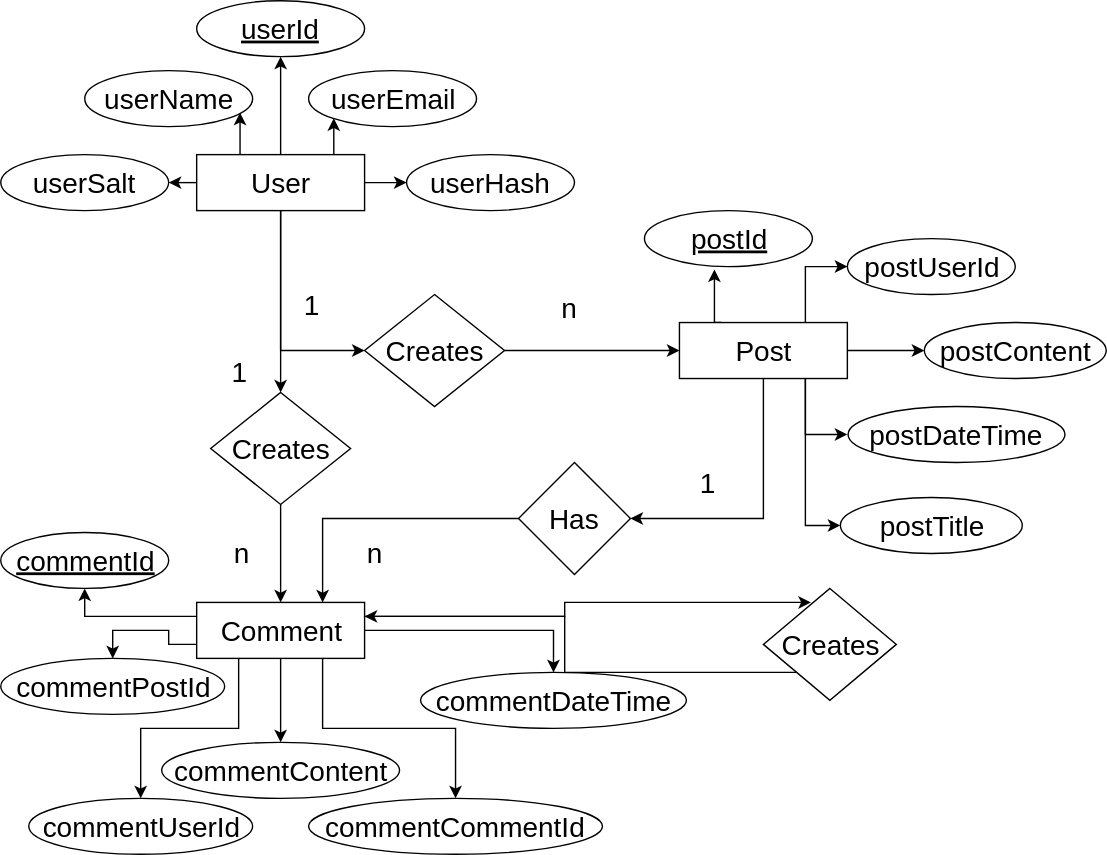
Above: erd-data-design.svg in Cbenjamin1207/data-design (draw.io), before the change. Source tidied: cells renumbered, new cells last; positions are measured from the earlier drawing's top-left corner, leaving out a move shared by most shapes. Source of this version:
```xml
<mxGraphModel background="#ffffff">
  <root>
    <mxCell id="0" />
    <mxCell id="1" parent="0" />
    <mxCell id="2" style="edgeStyle=orthogonalEdgeStyle;rounded=0;html=1;exitX=0;exitY=0.5;entryX=1;entryY=0.5;jettySize=auto;fontSize=20;" parent="1" edge="1" source="9" target="18">
      <mxGeometry relative="1" as="geometry" />
    </mxCell>
    <mxCell id="3" style="edgeStyle=orthogonalEdgeStyle;rounded=0;html=1;exitX=0.5;exitY=0;entryX=0.5;entryY=1;jettySize=auto;fontSize=20;" parent="1" edge="1" source="9" target="20">
      <mxGeometry relative="1" as="geometry" />
    </mxCell>
    <mxCell id="4" style="edgeStyle=orthogonalEdgeStyle;rounded=0;html=1;exitX=0.75;exitY=0;entryX=0;entryY=1;jettySize=auto;fontSize=20;" parent="1" edge="1" source="9" target="21">
      <mxGeometry relative="1" as="geometry" />
    </mxCell>
    <mxCell id="5" style="edgeStyle=orthogonalEdgeStyle;rounded=0;html=1;exitX=0.25;exitY=0;entryX=0.922;entryY=0.76;entryPerimeter=0;jettySize=auto;fontSize=20;" parent="1" edge="1" source="9" target="19">
      <mxGeometry relative="1" as="geometry" />
    </mxCell>
    <mxCell id="6" style="edgeStyle=orthogonalEdgeStyle;rounded=0;html=1;exitX=1;exitY=0.5;entryX=0;entryY=0.5;jettySize=auto;fontSize=20;" parent="1" edge="1" source="9" target="17">
      <mxGeometry relative="1" as="geometry" />
    </mxCell>
    <mxCell id="7" style="edgeStyle=orthogonalEdgeStyle;rounded=0;html=1;exitX=0.5;exitY=1;entryX=0;entryY=0.5;jettySize=auto;fontSize=20;" parent="1" edge="1" source="9" target="23">
      <mxGeometry relative="1" as="geometry" />
    </mxCell>
    <mxCell id="8" style="edgeStyle=orthogonalEdgeStyle;rounded=0;html=1;exitX=0.5;exitY=1;entryX=0.5;entryY=0;jettySize=auto;fontSize=20;" parent="1" edge="1" source="9" target="49">
      <mxGeometry relative="1" as="geometry" />
    </mxCell>
    <mxCell id="9" value="User" style="rounded=0;whiteSpace=wrap;html=1;fontSize=20;" parent="1" vertex="1">
      <mxGeometry x="140" y="110" width="120" height="40" as="geometry" />
    </mxCell>
    <mxCell id="10" style="edgeStyle=orthogonalEdgeStyle;rounded=0;html=1;exitX=0.25;exitY=0;entryX=0.413;entryY=1.045;entryPerimeter=0;jettySize=auto;fontSize=20;" parent="1" edge="1" source="16" target="27">
      <mxGeometry relative="1" as="geometry" />
    </mxCell>
    <mxCell id="11" style="edgeStyle=orthogonalEdgeStyle;rounded=0;html=1;exitX=0.75;exitY=0;entryX=0;entryY=0.5;jettySize=auto;fontSize=20;" parent="1" edge="1" source="16" target="26">
      <mxGeometry relative="1" as="geometry" />
    </mxCell>
    <mxCell id="12" style="edgeStyle=orthogonalEdgeStyle;rounded=0;html=1;exitX=1;exitY=0.5;jettySize=auto;fontSize=20;" parent="1" edge="1" source="16" target="25">
      <mxGeometry relative="1" as="geometry" />
    </mxCell>
    <mxCell id="13" style="edgeStyle=orthogonalEdgeStyle;rounded=0;html=1;exitX=0.75;exitY=1;entryX=0;entryY=0.5;jettySize=auto;fontSize=20;" parent="1" edge="1" source="16" target="24">
      <mxGeometry relative="1" as="geometry" />
    </mxCell>
    <mxCell id="14" style="edgeStyle=orthogonalEdgeStyle;rounded=0;html=1;exitX=0.5;exitY=1;entryX=1;entryY=0.5;jettySize=auto;fontSize=20;" parent="1" edge="1" source="16" target="45">
      <mxGeometry relative="1" as="geometry" />
    </mxCell>
    <mxCell id="15" style="edgeStyle=orthogonalEdgeStyle;rounded=0;html=1;exitX=0.75;exitY=1;entryX=0;entryY=0.5;jettySize=auto;fontSize=20;" parent="1" edge="1" source="16" target="52">
      <mxGeometry relative="1" as="geometry" />
    </mxCell>
    <mxCell id="16" value="Post" style="rounded=0;whiteSpace=wrap;html=1;fontSize=20;" parent="1" vertex="1">
      <mxGeometry x="485" y="230" width="120" height="40" as="geometry" />
    </mxCell>
    <mxCell id="17" value="userHash" style="ellipse;whiteSpace=wrap;html=1;fontSize=20;" parent="1" vertex="1">
      <mxGeometry x="290" y="110" width="120" height="40" as="geometry" />
    </mxCell>
    <mxCell id="18" value="userSalt" style="ellipse;whiteSpace=wrap;html=1;fontSize=20;" parent="1" vertex="1">
      <mxGeometry y="110" width="120" height="40" as="geometry" />
    </mxCell>
    <mxCell id="19" value="userName" style="ellipse;whiteSpace=wrap;html=1;fontSize=20;" parent="1" vertex="1">
      <mxGeometry x="60" y="50" width="120" height="40" as="geometry" />
    </mxCell>
    <mxCell id="20" value="&lt;u&gt;userId&lt;/u&gt;" style="ellipse;whiteSpace=wrap;html=1;fontSize=20;" parent="1" vertex="1">
      <mxGeometry x="140" width="120" height="40" as="geometry" />
    </mxCell>
    <mxCell id="21" value="userEmail" style="ellipse;whiteSpace=wrap;html=1;fontSize=20;" parent="1" vertex="1">
      <mxGeometry x="220" y="50" width="120" height="40" as="geometry" />
    </mxCell>
    <mxCell id="22" style="edgeStyle=orthogonalEdgeStyle;rounded=0;html=1;exitX=1;exitY=0.5;entryX=0;entryY=0.5;jettySize=auto;fontSize=20;" parent="1" edge="1" source="23" target="16">
      <mxGeometry relative="1" as="geometry" />
    </mxCell>
    <mxCell id="23" value="Creates" style="rhombus;whiteSpace=wrap;html=1;fontSize=20;" parent="1" vertex="1">
      <mxGeometry x="260" y="210" width="100" height="80" as="geometry" />
    </mxCell>
    <mxCell id="24" value="postDateTime" style="ellipse;whiteSpace=wrap;html=1;fontSize=20;" parent="1" vertex="1">
      <mxGeometry x="605" y="290" width="155" height="40" as="geometry" />
    </mxCell>
    <mxCell id="25" value="postContent" style="ellipse;whiteSpace=wrap;html=1;fontSize=20;" parent="1" vertex="1">
      <mxGeometry x="660" y="230" width="130" height="40" as="geometry" />
    </mxCell>
    <mxCell id="26" value="postUserId" style="ellipse;whiteSpace=wrap;html=1;fontSize=20;" parent="1" vertex="1">
      <mxGeometry x="605" y="170" width="120" height="40" as="geometry" />
    </mxCell>
    <mxCell id="27" value="&lt;u&gt;postId&lt;/u&gt;" style="ellipse;whiteSpace=wrap;html=1;fontSize=20;" parent="1" vertex="1">
      <mxGeometry x="460" y="150" width="120" height="40" as="geometry" />
    </mxCell>
    <mxCell id="28" style="edgeStyle=orthogonalEdgeStyle;rounded=0;html=1;exitX=0;exitY=0.25;entryX=0.5;entryY=1;jettySize=auto;fontSize=20;" parent="1" edge="1" source="35" target="36">
      <mxGeometry relative="1" as="geometry" />
    </mxCell>
    <mxCell id="29" style="edgeStyle=orthogonalEdgeStyle;rounded=0;html=1;exitX=0;exitY=0.75;entryX=0.5;entryY=0;jettySize=auto;fontSize=20;" parent="1" edge="1" source="35" target="37">
      <mxGeometry relative="1" as="geometry" />
    </mxCell>
    <mxCell id="30" style="edgeStyle=orthogonalEdgeStyle;rounded=0;html=1;exitX=0.5;exitY=1;jettySize=auto;fontSize=20;" parent="1" edge="1" source="35" target="39">
      <mxGeometry relative="1" as="geometry" />
    </mxCell>
    <mxCell id="31" style="edgeStyle=orthogonalEdgeStyle;rounded=0;html=1;exitX=0.25;exitY=1;entryX=0.5;entryY=0;jettySize=auto;fontSize=20;" parent="1" edge="1" source="35" target="38">
      <mxGeometry relative="1" as="geometry" />
    </mxCell>
    <mxCell id="32" style="edgeStyle=orthogonalEdgeStyle;rounded=0;html=1;exitX=0.75;exitY=1;entryX=0.5;entryY=0;jettySize=auto;fontSize=20;" parent="1" edge="1" source="35" target="40">
      <mxGeometry relative="1" as="geometry" />
    </mxCell>
    <mxCell id="33" style="edgeStyle=orthogonalEdgeStyle;rounded=0;html=1;exitX=1;exitY=0.5;entryX=0.5;entryY=0;jettySize=auto;fontSize=20;" parent="1" edge="1" source="35" target="41">
      <mxGeometry relative="1" as="geometry" />
    </mxCell>
    <mxCell id="34" style="edgeStyle=orthogonalEdgeStyle;rounded=0;html=1;exitX=1;exitY=0.25;entryX=0.358;entryY=0.121;entryPerimeter=0;jettySize=auto;fontSize=20;" parent="1" edge="1" source="35" target="54">
      <mxGeometry relative="1" as="geometry" />
    </mxCell>
    <mxCell id="35" value="Comment" style="rounded=0;whiteSpace=wrap;html=1;fontSize=20;" parent="1" vertex="1">
      <mxGeometry x="140" y="430" width="120" height="40" as="geometry" />
    </mxCell>
    <mxCell id="36" value="&lt;u&gt;commentId&lt;/u&gt;" style="ellipse;whiteSpace=wrap;html=1;fontSize=20;" parent="1" vertex="1">
      <mxGeometry y="380" width="120" height="40" as="geometry" />
    </mxCell>
    <mxCell id="37" value="commentPostId" style="ellipse;whiteSpace=wrap;html=1;fontSize=20;" parent="1" vertex="1">
      <mxGeometry y="470" width="160" height="40" as="geometry" />
    </mxCell>
    <mxCell id="38" value="commentUserId" style="ellipse;whiteSpace=wrap;html=1;fontSize=20;" parent="1" vertex="1">
      <mxGeometry x="20" y="570" width="160" height="40" as="geometry" />
    </mxCell>
    <mxCell id="39" value="commentContent" style="ellipse;whiteSpace=wrap;html=1;fontSize=20;" parent="1" vertex="1">
      <mxGeometry x="115" y="530" width="170" height="40" as="geometry" />
    </mxCell>
    <mxCell id="40" value="commentCommentId" style="ellipse;whiteSpace=wrap;html=1;fontSize=20;" parent="1" vertex="1">
      <mxGeometry x="220" y="570" width="210" height="40" as="geometry" />
    </mxCell>
    <mxCell id="41" value="commentDateTime" style="ellipse;whiteSpace=wrap;html=1;fontSize=20;" parent="1" vertex="1">
      <mxGeometry x="300" y="480" width="190" height="40" as="geometry" />
    </mxCell>
    <mxCell id="42" value="1" style="text;html=1;align=left;verticalAlign=top;spacingTop=-4;fontSize=20;" parent="1" vertex="1">
      <mxGeometry x="215" y="203" width="30" height="30" as="geometry" />
    </mxCell>
    <mxCell id="43" value="n&lt;div&gt;&lt;br&gt;&lt;/div&gt;" style="text;html=1;align=left;verticalAlign=top;spacingTop=-4;fontSize=20;" parent="1" vertex="1">
      <mxGeometry x="399" y="205" width="30" height="50" as="geometry" />
    </mxCell>
    <mxCell id="44" style="edgeStyle=orthogonalEdgeStyle;rounded=0;html=1;exitX=0;exitY=0.5;entryX=0.75;entryY=0;jettySize=auto;fontSize=20;" parent="1" edge="1" source="45" target="35">
      <mxGeometry relative="1" as="geometry" />
    </mxCell>
    <mxCell id="45" value="Has" style="rhombus;whiteSpace=wrap;html=1;fontSize=20;" parent="1" vertex="1">
      <mxGeometry x="370" y="330" width="80" height="80" as="geometry" />
    </mxCell>
    <mxCell id="46" value="1" style="text;html=1;align=left;verticalAlign=top;spacingTop=-4;fontSize=20;" parent="1" vertex="1">
      <mxGeometry x="498" y="330" width="30" height="30" as="geometry" />
    </mxCell>
    <mxCell id="47" value="n" style="text;html=1;align=left;verticalAlign=top;spacingTop=-4;fontSize=20;" parent="1" vertex="1">
      <mxGeometry x="260" y="380" width="30" height="30" as="geometry" />
    </mxCell>
    <mxCell id="48" style="edgeStyle=orthogonalEdgeStyle;rounded=0;html=1;exitX=0.5;exitY=1;jettySize=auto;fontSize=20;" parent="1" edge="1" source="49" target="35">
      <mxGeometry relative="1" as="geometry" />
    </mxCell>
    <mxCell id="49" value="Creates" style="rhombus;whiteSpace=wrap;html=1;fontSize=20;" parent="1" vertex="1">
      <mxGeometry x="150" y="280" width="100" height="80" as="geometry" />
    </mxCell>
    <mxCell id="50" value="1" style="text;html=1;strokeColor=none;fillColor=none;align=center;verticalAlign=middle;whiteSpace=wrap;fontSize=20;" parent="1" vertex="1">
      <mxGeometry x="150" y="255" width="40" height="20" as="geometry" />
    </mxCell>
    <mxCell id="51" value="n" style="text;html=1;align=left;verticalAlign=top;spacingTop=-4;fontSize=20;" parent="1" vertex="1">
      <mxGeometry x="165" y="380" width="30" height="30" as="geometry" />
    </mxCell>
    <mxCell id="52" value="postTitle" style="ellipse;whiteSpace=wrap;html=1;fontSize=20;" parent="1" vertex="1">
      <mxGeometry x="600" y="355" width="130" height="40" as="geometry" />
    </mxCell>
    <mxCell id="53" style="edgeStyle=orthogonalEdgeStyle;rounded=0;html=1;exitX=0;exitY=1;entryX=1;entryY=0.25;jettySize=auto;fontSize=20;" parent="1" edge="1" source="54" target="35">
      <mxGeometry relative="1" as="geometry" />
    </mxCell>
    <mxCell id="54" value="Creates" style="rhombus;whiteSpace=wrap;html=1;fontSize=20;" parent="1" vertex="1">
      <mxGeometry x="545" y="420" width="95" height="80" as="geometry" />
    </mxCell>
  </root>
</mxGraphModel>
```
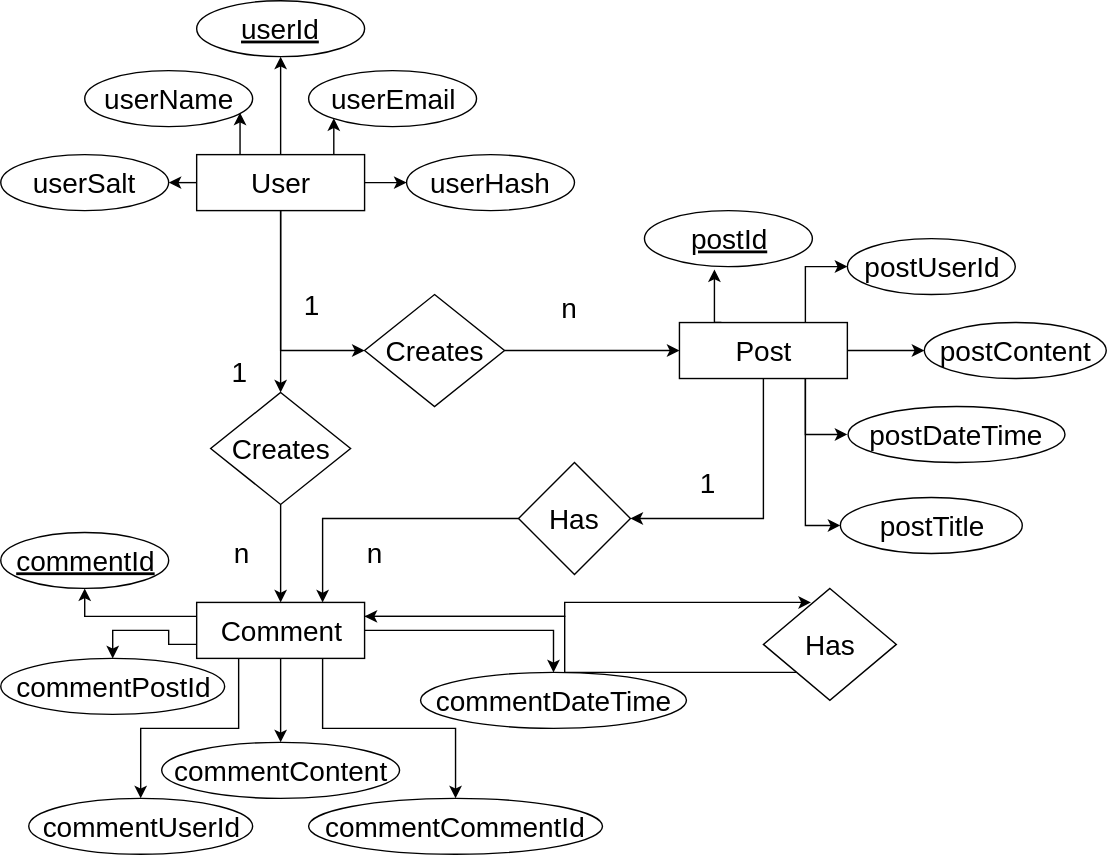
After the change.

The edit, as a diff of the source:
```diff
@@ -158,7 +158,7 @@
     <mxCell id="53" style="edgeStyle=orthogonalEdgeStyle;rounded=0;html=1;exitX=0;exitY=1;entryX=1;entryY=0.25;jettySize=auto;fontSize=20;" parent="1" edge="1" source="54" target="35">
       <mxGeometry relative="1" as="geometry" />
     </mxCell>
-    <mxCell id="54" value="Creates" style="rhombus;whiteSpace=wrap;html=1;fontSize=20;" parent="1" vertex="1">
+    <mxCell id="54" value="Has" style="rhombus;whiteSpace=wrap;html=1;fontSize=20;" parent="1" vertex="1">
       <mxGeometry x="545" y="420" width="95" height="80" as="geometry" />
     </mxCell>
   </root>
```
